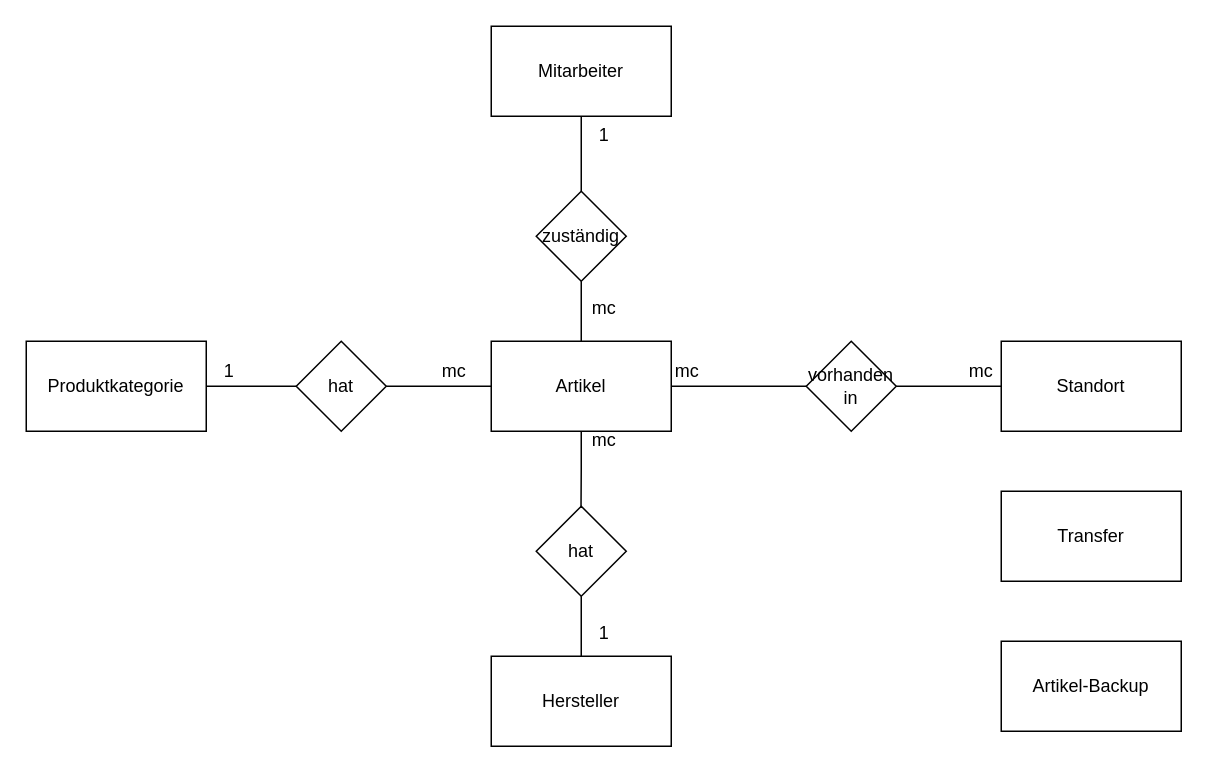
Before: Konzeptionelles-M153-LB03.drawio in leZayn/M153-LB2, a draw.io diagram. Source tidied: cells renumbered, new cells numbered last; positions are measured from the earlier drawing's top-left corner, leaving out a move shared by most shapes. Both pictures are drawn from the tidied source at 150%, with x=0, y=0 at pixel (26, 26).
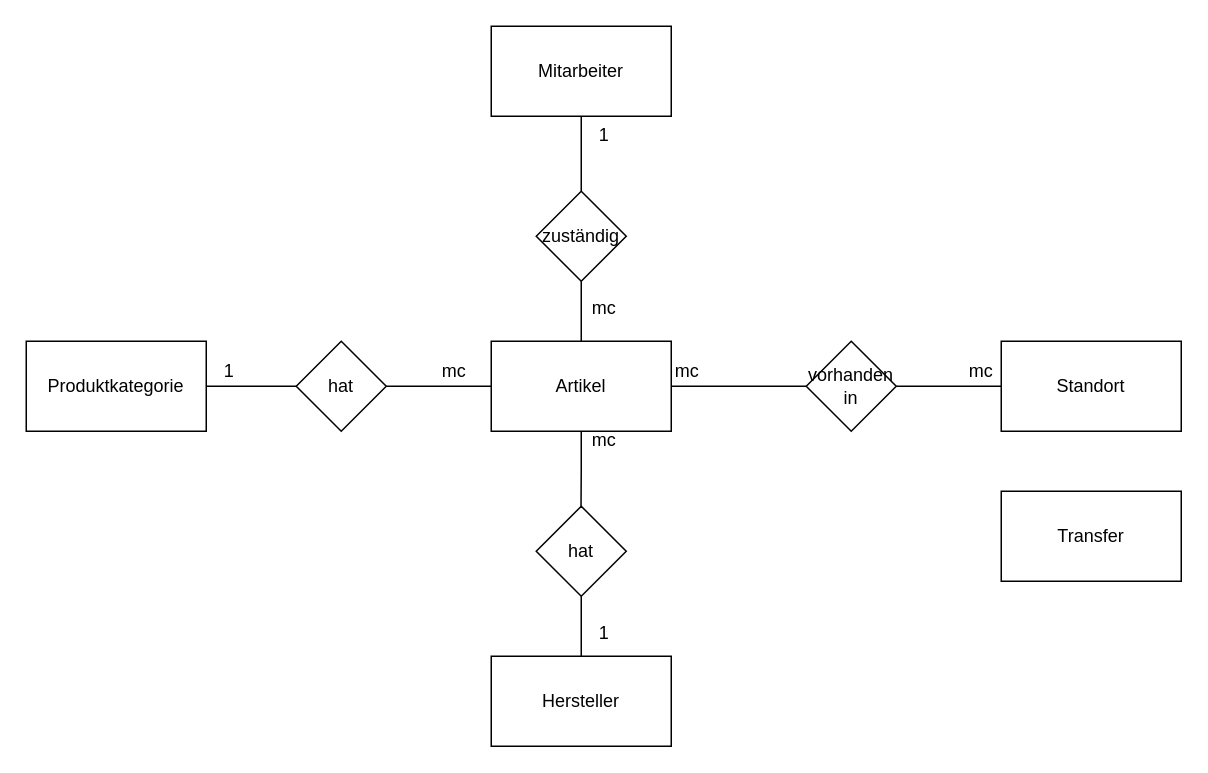
The same page after the edit.

Diff of the diagram source:
```diff
@@
-    <mxCell id="10" value="Artikel-Backup" style="rounded=0;whiteSpace=wrap;html=1;" parent="1" vertex="1">
-      <mxGeometry x="650" y="410" width="120" height="60" as="geometry" />
-    </mxCell>
```
